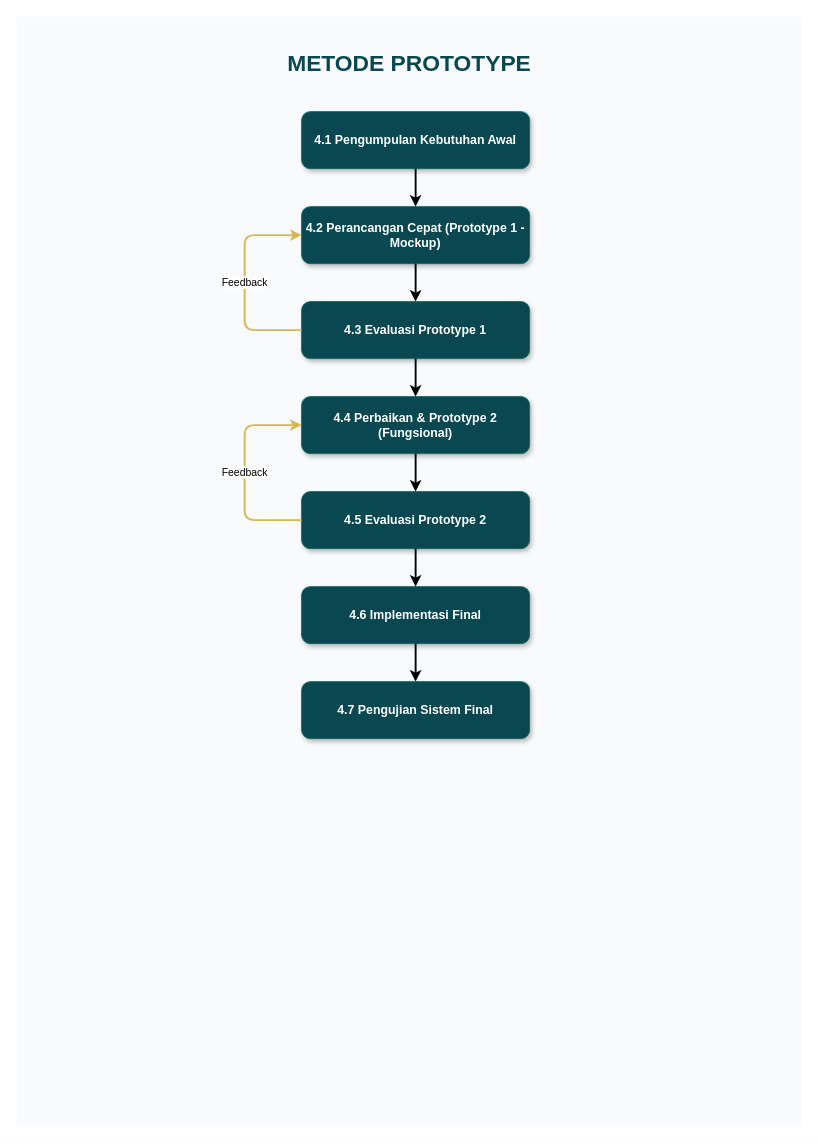
Before: diagram/flowchart/metode_prototype.drawio in Jinsky/Jinsky, a draw.io diagram. Source tidied: cells renumbered, new cells numbered last; positions are measured from the earlier drawing's top-left corner, leaving out a move shared by most shapes. Both pictures are drawn from the tidied source at 95%, with x=0, y=0 at pixel (16, 16).
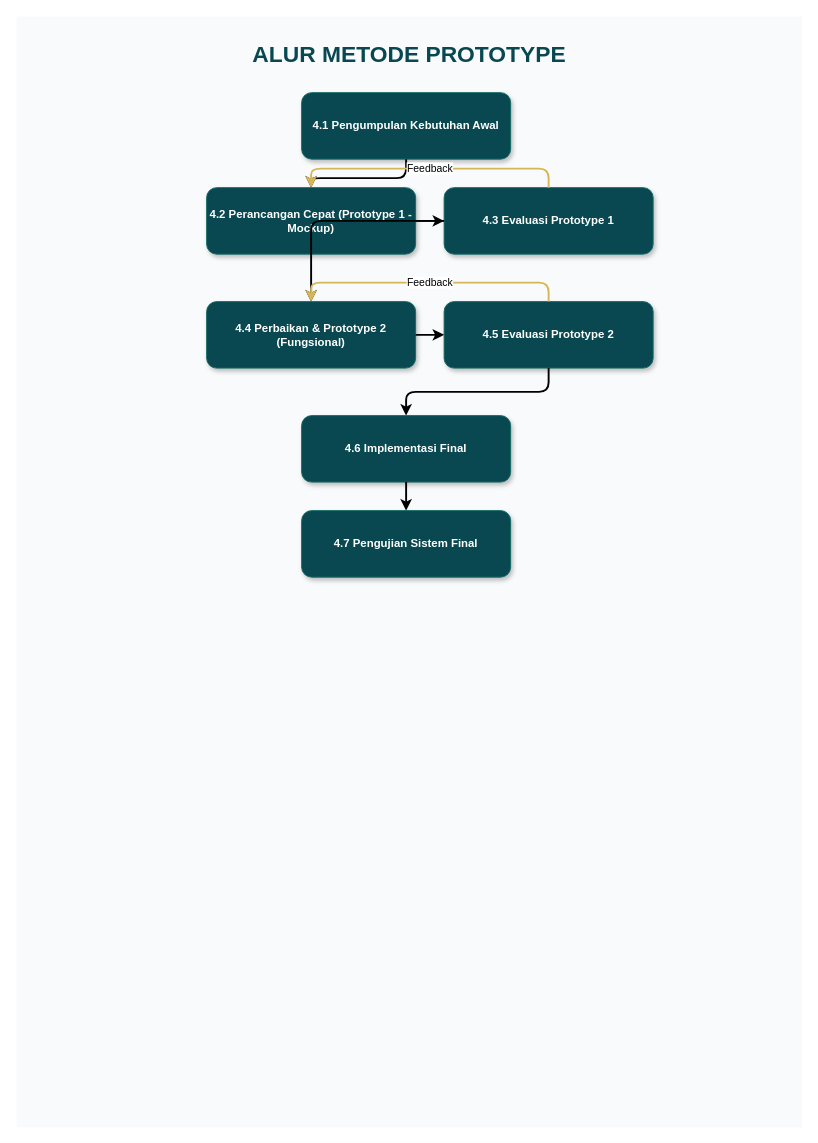
The same diagram, later.

Commit message:
feat: update metode prototype diagram with non-linear zigzag layout

Change to the diagram source:
```diff
@@
-    <mxCell id="3" value="4.1 Pengumpulan Kebutuhan Awal" style="rounded=1;whiteSpace=wrap;html=1;fillColor=#094851;strokeColor=#126a63;fontColor=#ffffff;fontStyle=1;fontSize=13;glass=0;shadow=1;" parent="1" vertex="1">
-      <mxGeometry x="300" y="100" width="240" height="60" as="geometry" />
+    <mxCell id="3" value="4.1 Pengumpulan Kebutuhan Awal" style="rounded=1;whiteSpace=wrap;html=1;fillColor=#094851;strokeColor=#126a63;fontColor=#ffffff;fontStyle=1;fontSize=12;glass=0;shadow=1;" parent="1" vertex="1">
+      <mxGeometry x="300" y="80" width="220" height="70" as="geometry" />
     </mxCell>
-    <mxCell id="4" value="4.2 Perancangan Cepat (Prototype 1 - Mockup)" style="rounded=1;whiteSpace=wrap;html=1;fillColor=#094851;strokeColor=#126a63;fontColor=#ffffff;fontStyle=1;fontSize=13;glass=0;shadow=1;" parent="1" vertex="1">
-      <mxGeometry x="300" y="200" width="240" height="60" as="geometry" />
+    <mxCell id="4" value="4.2 Perancangan Cepat (Prototype 1 - Mockup)" style="rounded=1;whiteSpace=wrap;html=1;fillColor=#094851;strokeColor=#126a63;fontColor=#ffffff;fontStyle=1;fontSize=12;glass=0;shadow=1;" parent="1" vertex="1">
+      <mxGeometry x="200" y="180" width="220" height="70" as="geometry" />
     </mxCell>
-    <mxCell id="5" value="4.3 Evaluasi Prototype 1" style="rounded=1;whiteSpace=wrap;html=1;fillColor=#094851;strokeColor=#126a63;fontColor=#ffffff;fontStyle=1;fontSize=13;glass=0;shadow=1;" parent="1" vertex="1">
-      <mxGeometry x="300" y="300" width="240" height="60" as="geometry" />
+    <mxCell id="5" value="4.3 Evaluasi Prototype 1" style="rounded=1;whiteSpace=wrap;html=1;fillColor=#094851;strokeColor=#126a63;fontColor=#ffffff;fontStyle=1;fontSize=12;glass=0;shadow=1;" parent="1" vertex="1">
+      <mxGeometry x="450" y="180" width="220" height="70" as="geometry" />
     </mxCell>
-    <mxCell id="6" value="4.4 Perbaikan &amp; Prototype 2 (Fungsional)" style="rounded=1;whiteSpace=wrap;html=1;fillColor=#094851;strokeColor=#126a63;fontColor=#ffffff;fontStyle=1;fontSize=13;glass=0;shadow=1;" parent="1" vertex="1">
-      <mxGeometry x="300" y="400" width="240" height="60" as="geometry" />
+    <mxCell id="6" value="4.4 Perbaikan &amp; Prototype 2 (Fungsional)" style="rounded=1;whiteSpace=wrap;html=1;fillColor=#094851;strokeColor=#126a63;fontColor=#ffffff;fontStyle=1;fontSize=12;glass=0;shadow=1;" parent="1" vertex="1">
+      <mxGeometry x="200" y="300" width="220" height="70" as="geometry" />
     </mxCell>
-    <mxCell id="7" value="4.5 Evaluasi Prototype 2" style="rounded=1;whiteSpace=wrap;html=1;fillColor=#094851;strokeColor=#126a63;fontColor=#ffffff;fontStyle=1;fontSize=13;glass=0;shadow=1;" parent="1" vertex="1">
-      <mxGeometry x="300" y="500" width="240" height="60" as="geometry" />
+    <mxCell id="7" value="4.5 Evaluasi Prototype 2" style="rounded=1;whiteSpace=wrap;html=1;fillColor=#094851;strokeColor=#126a63;fontColor=#ffffff;fontStyle=1;fontSize=12;glass=0;shadow=1;" parent="1" vertex="1">
+      <mxGeometry x="450" y="300" width="220" height="70" as="geometry" />
     </mxCell>
-    <mxCell id="8" value="4.6 Implementasi Final" style="rounded=1;whiteSpace=wrap;html=1;fillColor=#094851;strokeColor=#126a63;fontColor=#ffffff;fontStyle=1;fontSize=13;glass=0;shadow=1;" parent="1" vertex="1">
-      <mxGeometry x="300" y="600" width="240" height="60" as="geometry" />
+    <mxCell id="8" value="4.6 Implementasi Final" style="rounded=1;whiteSpace=wrap;html=1;fillColor=#094851;strokeColor=#126a63;fontColor=#ffffff;fontStyle=1;fontSize=12;glass=0;shadow=1;" parent="1" vertex="1">
+      <mxGeometry x="300" y="420" width="220" height="70" as="geometry" />
     </mxCell>
-    <mxCell id="9" value="4.7 Pengujian Sistem Final" style="rounded=1;whiteSpace=wrap;html=1;fillColor=#094851;strokeColor=#126a63;fontColor=#ffffff;fontStyle=1;fontSize=13;glass=0;shadow=1;" parent="1" vertex="1">
-      <mxGeometry x="300" y="700" width="240" height="60" as="geometry" />
+    <mxCell id="9" value="4.7 Pengujian Sistem Final" style="rounded=1;whiteSpace=wrap;html=1;fillColor=#094851;strokeColor=#126a63;fontColor=#ffffff;fontStyle=1;fontSize=12;glass=0;shadow=1;" parent="1" vertex="1">
+      <mxGeometry x="300" y="520" width="220" height="70" as="geometry" />
     </mxCell>
-    <mxCell id="10" style="edgeStyle=orthogonalEdgeStyle;rounded=1;jettySize=auto;html=1;exitX=0.5;exitY=1;exitDx=0;exitDy=0;entryX=0.5;entryY=0;entryDx=0;entryDy=0;strokeWidth=2;strokeColor=#000000;" parent="1" edge="1" source="3" target="4">
+    <mxCell id="10" style="edgeStyle=orthogonalEdgeStyle;rounded=1;jettySize=auto;html=1;strokeWidth=2;strokeColor=#000000;fontSize=11;" parent="1" edge="1" source="3" target="4">
       <mxGeometry relative="1" as="geometry" />
     </mxCell>
-    <mxCell id="11" style="edgeStyle=orthogonalEdgeStyle;rounded=1;jettySize=auto;html=1;exitX=0.5;exitY=1;exitDx=0;exitDy=0;entryX=0.5;entryY=0;entryDx=0;entryDy=0;strokeWidth=2;strokeColor=#000000;" parent="1" edge="1" source="4" target="5">
+    <mxCell id="11" style="edgeStyle=orthogonalEdgeStyle;rounded=1;jettySize=auto;html=1;strokeWidth=2;strokeColor=#000000;fontSize=11;" parent="1" edge="1" source="4" target="5">
       <mxGeometry relative="1" as="geometry" />
     </mxCell>
-    <mxCell id="12" style="edgeStyle=orthogonalEdgeStyle;rounded=1;jettySize=auto;html=1;exitX=0.5;exitY=1;exitDx=0;exitDy=0;entryX=0.5;entryY=0;entryDx=0;entryDy=0;strokeWidth=2;strokeColor=#000000;" parent="1" edge="1" source="5" target="6">
+    <mxCell id="12" style="edgeStyle=orthogonalEdgeStyle;rounded=1;jettySize=auto;html=1;strokeWidth=2;strokeColor=#000000;fontSize=11;" parent="1" edge="1" source="5" target="6">
       <mxGeometry relative="1" as="geometry" />
     </mxCell>
-    <mxCell id="13" style="edgeStyle=orthogonalEdgeStyle;rounded=1;jettySize=auto;html=1;exitX=0.5;exitY=1;exitDx=0;exitDy=0;entryX=0.5;entryY=0;entryDx=0;entryDy=0;strokeWidth=2;strokeColor=#000000;" parent="1" edge="1" source="6" target="7">
+    <mxCell id="13" style="edgeStyle=orthogonalEdgeStyle;rounded=1;jettySize=auto;html=1;strokeWidth=2;strokeColor=#000000;fontSize=11;" parent="1" edge="1" source="6" target="7">
       <mxGeometry relative="1" as="geometry" />
     </mxCell>
-    <mxCell id="14" style="edgeStyle=orthogonalEdgeStyle;rounded=1;jettySize=auto;html=1;exitX=0.5;exitY=1;exitDx=0;exitDy=0;entryX=0.5;entryY=0;entryDx=0;entryDy=0;strokeWidth=2;strokeColor=#000000;" parent="1" edge="1" source="7" target="8">
+    <mxCell id="14" style="edgeStyle=orthogonalEdgeStyle;rounded=1;jettySize=auto;html=1;strokeWidth=2;strokeColor=#000000;fontSize=11;" parent="1" edge="1" source="7" target="8">
       <mxGeometry relative="1" as="geometry" />
     </mxCell>
-    <mxCell id="15" style="edgeStyle=orthogonalEdgeStyle;rounded=1;jettySize=auto;html=1;exitX=0.5;exitY=1;exitDx=0;exitDy=0;entryX=0.5;entryY=0;entryDx=0;entryDy=0;strokeWidth=2;strokeColor=#000000;" parent="1" edge="1" source="8" target="9">
+    <mxCell id="15" style="edgeStyle=orthogonalEdgeStyle;rounded=1;jettySize=auto;html=1;strokeWidth=2;strokeColor=#000000;fontSize=11;" parent="1" edge="1" source="8" target="9">
       <mxGeometry relative="1" as="geometry" />
     </mxCell>
-    <mxCell id="16" value="Feedback" style="edgeStyle=orthogonalEdgeStyle;rounded=1;jettySize=auto;html=1;exitX=0;exitY=0.5;exitDx=0;exitDy=0;entryX=0;entryY=0.5;entryDx=0;entryDy=0;strokeWidth=2;strokeColor=#d6b656;" parent="1" edge="1" source="5" target="4">
-      <mxGeometry relative="1" as="geometry">
-        <Array as="points">
-          <mxPoint x="240" y="330" />
-          <mxPoint x="240" y="230" />
-        </Array>
-      </mxGeometry>
+    <mxCell id="16" value="Feedback" style="edgeStyle=orthogonalEdgeStyle;rounded=1;jettySize=auto;html=1;exitX=0.5;exitY=0;exitDx=0;exitDy=0;entryX=0.5;entryY=0;entryDx=0;entryDy=0;strokeWidth=2;strokeColor=#d6b656;" parent="1" edge="1" source="5" target="4">
+      <mxGeometry relative="1" as="geometry" />
     </mxCell>
-    <mxCell id="17" value="Feedback" style="edgeStyle=orthogonalEdgeStyle;rounded=1;jettySize=auto;html=1;exitX=0;exitY=0.5;exitDx=0;exitDy=0;entryX=0;entryY=0.5;entryDx=0;entryDy=0;strokeWidth=2;strokeColor=#d6b656;" parent="1" edge="1" source="7" target="6">
-      <mxGeometry relative="1" as="geometry">
-        <Array as="points">
-          <mxPoint x="240" y="530" />
-          <mxPoint x="240" y="430" />
-        </Array>
-      </mxGeometry>
+    <mxCell id="17" value="Feedback" style="edgeStyle=orthogonalEdgeStyle;rounded=1;jettySize=auto;html=1;exitX=0.5;exitY=0;exitDx=0;exitDy=0;entryX=0.5;entryY=0;entryDx=0;entryDy=0;strokeWidth=2;strokeColor=#d6b656;" parent="1" edge="1" source="7" target="6">
+      <mxGeometry relative="1" as="geometry" />
     </mxCell>
-    <mxCell id="18" value="METODE PROTOTYPE" style="text;html=1;strokeColor=none;fillColor=none;align=center;verticalAlign=middle;whiteSpace=wrap;rounded=0;fontSize=24;fontStyle=1;fontColor=#094851;" parent="1" vertex="1">
-      <mxGeometry x="200" y="30" width="427" height="40" as="geometry" />
+    <mxCell id="18" value="ALUR METODE PROTOTYPE" style="text;html=1;strokeColor=none;fillColor=none;align=center;verticalAlign=middle;whiteSpace=wrap;rounded=0;fontSize=24;fontStyle=1;fontColor=#094851;" parent="1" vertex="1">
+      <mxGeometry x="200" y="20" width="427" height="40" as="geometry" />
     </mxCell>
```
